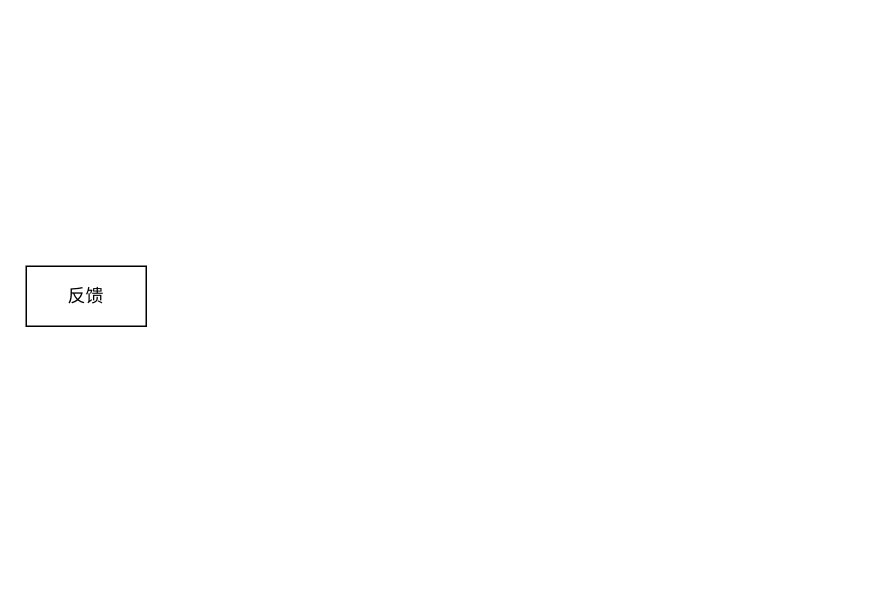
Before: 积极创造.drawio in youyusan/open_mind, a draw.io diagram. Source tidied: cells renumbered, new cells numbered last; positions are measured from the earlier drawing's top-left corner, leaving out a move shared by most shapes. Both pictures are drawn from the tidied source at 150%, with x=0, y=0 at pixel (26, 266).
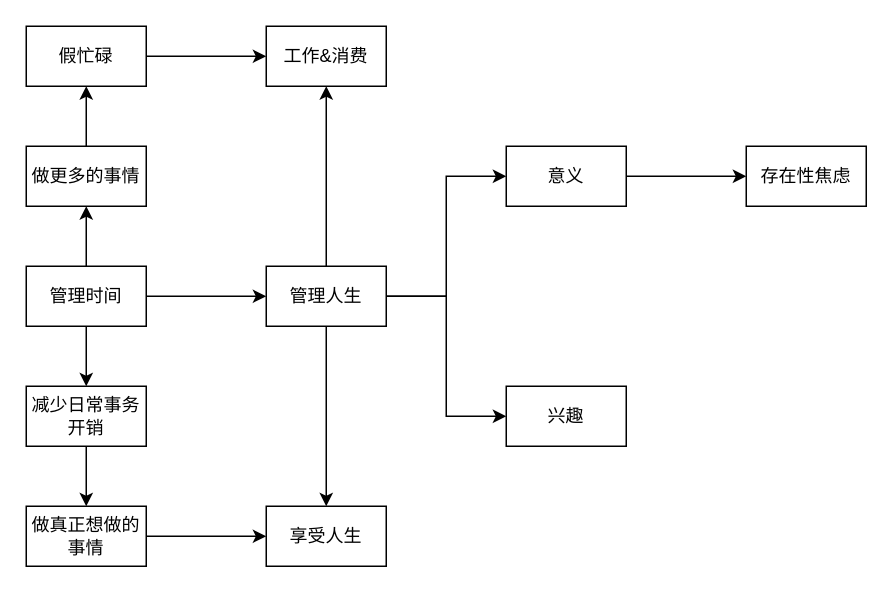
Above is the later version.

Commit message:
更新积极创造.drawio

Change to the diagram source:
```diff
@@
+    <mxCell id="3" style="edgeStyle=orthogonalEdgeStyle;rounded=0;jettySize=auto;html=1;" parent="1" edge="1" source="2" target="10">
+      <mxGeometry relative="1" as="geometry" />
+    </mxCell>
+    <mxCell id="4" style="edgeStyle=orthogonalEdgeStyle;rounded=0;jettySize=auto;html=1;" parent="1" edge="1" source="2" target="14">
+      <mxGeometry relative="1" as="geometry" />
+    </mxCell>
+    <mxCell id="5" style="edgeStyle=orthogonalEdgeStyle;rounded=0;jettySize=auto;html=1;entryX=0.5;entryY=1;entryDx=0;entryDy=0;" parent="1" edge="1" source="2" target="12">
+      <mxGeometry relative="1" as="geometry" />
+    </mxCell>
-    <mxCell id="2" value="反馈" style="rounded=0;whiteSpace=wrap;html=1;" parent="1" vertex="1">
+    <mxCell id="2" value="管理时间" style="rounded=0;whiteSpace=wrap;html=1;" parent="1" vertex="1">
       <mxGeometry width="80" height="40" as="geometry" />
     </mxCell>
+    <mxCell id="6" style="edgeStyle=orthogonalEdgeStyle;rounded=0;jettySize=auto;html=1;entryX=0;entryY=0.5;entryDx=0;entryDy=0;" parent="1" edge="1" source="10" target="20">
+      <mxGeometry relative="1" as="geometry" />
+    </mxCell>
+    <mxCell id="7" style="edgeStyle=orthogonalEdgeStyle;rounded=0;jettySize=auto;html=1;entryX=0;entryY=0.5;entryDx=0;entryDy=0;" parent="1" edge="1" source="10" target="21">
+      <mxGeometry relative="1" as="geometry" />
+    </mxCell>
+    <mxCell id="8" style="edgeStyle=orthogonalEdgeStyle;rounded=0;jettySize=auto;html=1;" parent="1" edge="1" source="10" target="22">
+      <mxGeometry relative="1" as="geometry" />
+    </mxCell>
+    <mxCell id="9" style="edgeStyle=orthogonalEdgeStyle;rounded=0;jettySize=auto;html=1;" parent="1" edge="1" source="10" target="23">
+      <mxGeometry relative="1" as="geometry" />
+    </mxCell>
+    <mxCell id="10" value="管理人生" style="rounded=0;whiteSpace=wrap;html=1;" parent="1" vertex="1">
+      <mxGeometry x="160" width="80" height="40" as="geometry" />
+    </mxCell>
+    <mxCell id="11" style="edgeStyle=orthogonalEdgeStyle;rounded=0;jettySize=auto;html=1;" parent="1" edge="1" source="12" target="18">
+      <mxGeometry relative="1" as="geometry" />
+    </mxCell>
+    <mxCell id="12" value="做更多的事情" style="rounded=0;whiteSpace=wrap;html=1;" parent="1" vertex="1">
+      <mxGeometry y="-80" width="80" height="40" as="geometry" />
+    </mxCell>
+    <mxCell id="13" style="edgeStyle=orthogonalEdgeStyle;rounded=0;jettySize=auto;html=1;" parent="1" edge="1" source="14" target="16">
+      <mxGeometry relative="1" as="geometry" />
+    </mxCell>
+    <mxCell id="14" value="减少日常事务开销" style="rounded=0;whiteSpace=wrap;html=1;" parent="1" vertex="1">
+      <mxGeometry y="80" width="80" height="40" as="geometry" />
+    </mxCell>
+    <mxCell id="15" style="edgeStyle=orthogonalEdgeStyle;rounded=0;jettySize=auto;html=1;" parent="1" edge="1" source="16" target="23">
+      <mxGeometry relative="1" as="geometry" />
+    </mxCell>
+    <mxCell id="16" value="做真正想做的事情" style="rounded=0;whiteSpace=wrap;html=1;" parent="1" vertex="1">
+      <mxGeometry y="160" width="80" height="40" as="geometry" />
+    </mxCell>
+    <mxCell id="17" style="edgeStyle=orthogonalEdgeStyle;rounded=0;jettySize=auto;html=1;" parent="1" edge="1" source="18" target="22">
+      <mxGeometry relative="1" as="geometry" />
+    </mxCell>
+    <mxCell id="18" value="假忙碌" style="rounded=0;whiteSpace=wrap;html=1;" parent="1" vertex="1">
+      <mxGeometry y="-160" width="80" height="40" as="geometry" />
+    </mxCell>
+    <mxCell id="19" style="edgeStyle=orthogonalEdgeStyle;rounded=0;jettySize=auto;html=1;" parent="1" edge="1" source="20" target="24">
+      <mxGeometry relative="1" as="geometry" />
+    </mxCell>
+    <mxCell id="20" value="意义" style="rounded=0;whiteSpace=wrap;html=1;" parent="1" vertex="1">
+      <mxGeometry x="320" y="-80" width="80" height="40" as="geometry" />
+    </mxCell>
+    <mxCell id="21" value="兴趣" style="rounded=0;whiteSpace=wrap;html=1;" parent="1" vertex="1">
+      <mxGeometry x="320" y="80" width="80" height="40" as="geometry" />
+    </mxCell>
+    <mxCell id="22" value="工作&amp;amp;消费" style="rounded=0;whiteSpace=wrap;html=1;" parent="1" vertex="1">
+      <mxGeometry x="160" y="-160" width="80" height="40" as="geometry" />
+    </mxCell>
+    <mxCell id="23" value="享受人生" style="rounded=0;whiteSpace=wrap;html=1;" parent="1" vertex="1">
+      <mxGeometry x="160" y="160" width="80" height="40" as="geometry" />
+    </mxCell>
+    <mxCell id="24" value="存在性焦虑" style="rounded=0;whiteSpace=wrap;html=1;" parent="1" vertex="1">
+      <mxGeometry x="480" y="-80" width="80" height="40" as="geometry" />
+    </mxCell>
```
